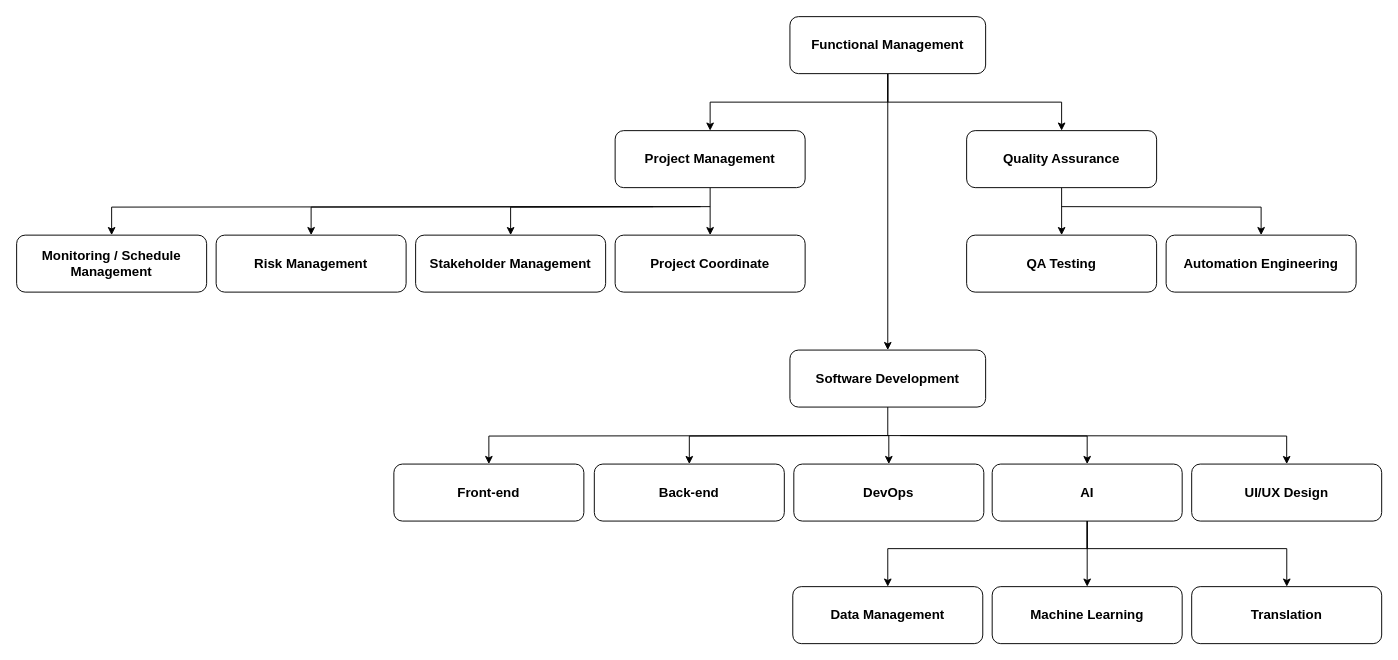
Before: pmp.drawio in iirtrtrt/data, a draw.io diagram. Source tidied: cells renumbered, new cells numbered last; positions are measured from the earlier drawing's top-left corner, leaving out a move shared by most shapes. Both pictures are drawn from the tidied source at 95%, with x=0, y=0 at pixel (16, 16).
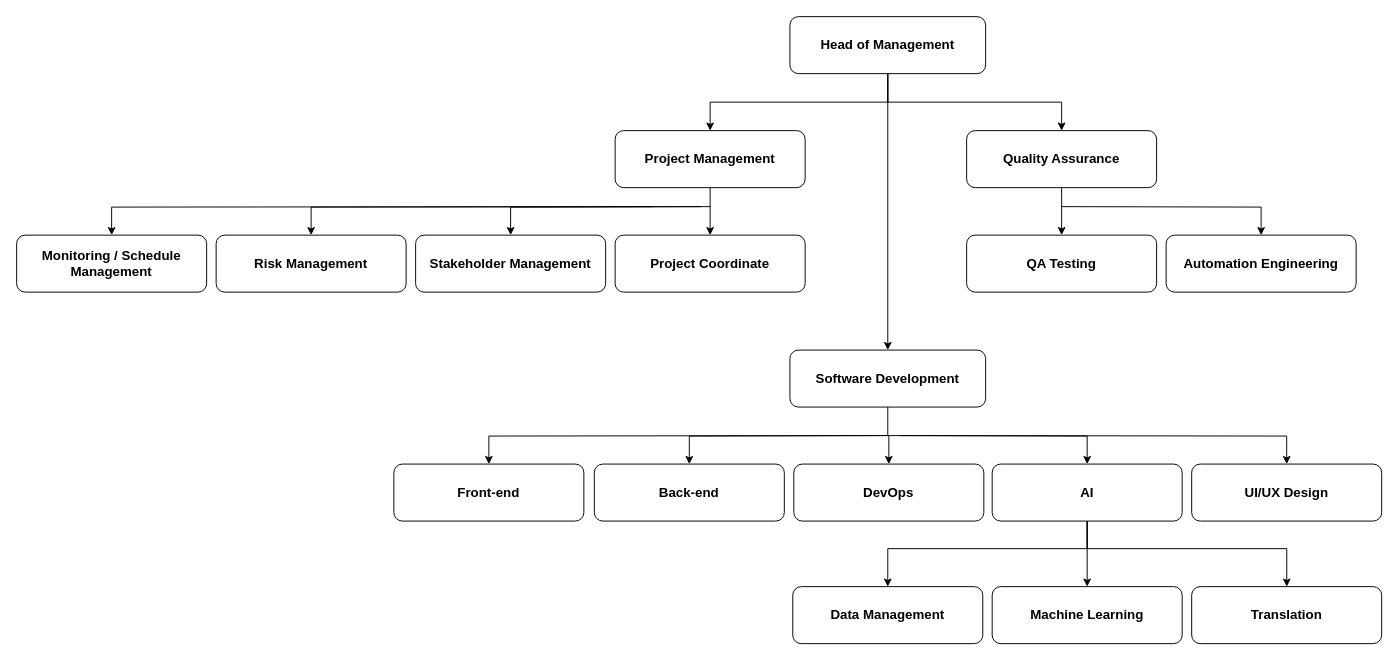
The same diagram, later.

What changed in the source:
```diff
@@
-    <mxCell id="5" value="&lt;span style=&quot;font-size: 14px;&quot;&gt;&lt;b&gt;Functional Management&lt;/b&gt;&lt;/span&gt;" style="rounded=1;whiteSpace=wrap;html=1;" parent="1" vertex="1">
+    <mxCell id="5" value="&lt;span style=&quot;font-size: 14px;&quot;&gt;&lt;b&gt;Head of Management&lt;/b&gt;&lt;/span&gt;" style="rounded=1;whiteSpace=wrap;html=1;" parent="1" vertex="1">
       <mxGeometry x="814" width="206" height="60" as="geometry" />
     </mxCell>
```
